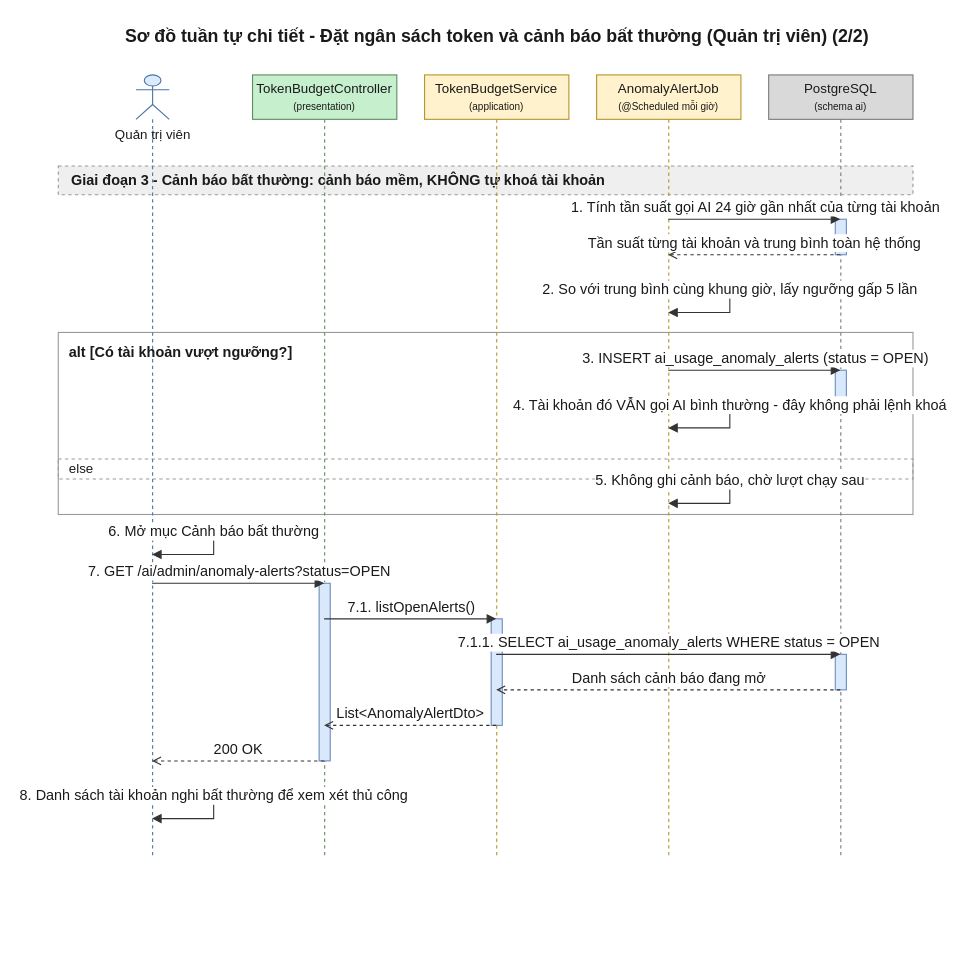
Earlier version of the draw.io diagram 08-diagram/sequence/admin/sequence_admin_dat_ngan_sach_token_p2.drawio (daiphu1801/PRJ_ALGOPREP). Source tidied: cells renumbered, new cells numbered last; positions are measured from the earlier drawing's top-left corner, leaving out a move shared by most shapes. Both pictures are drawn from the tidied source at 111%, with x=0, y=0 at pixel (58, 19).
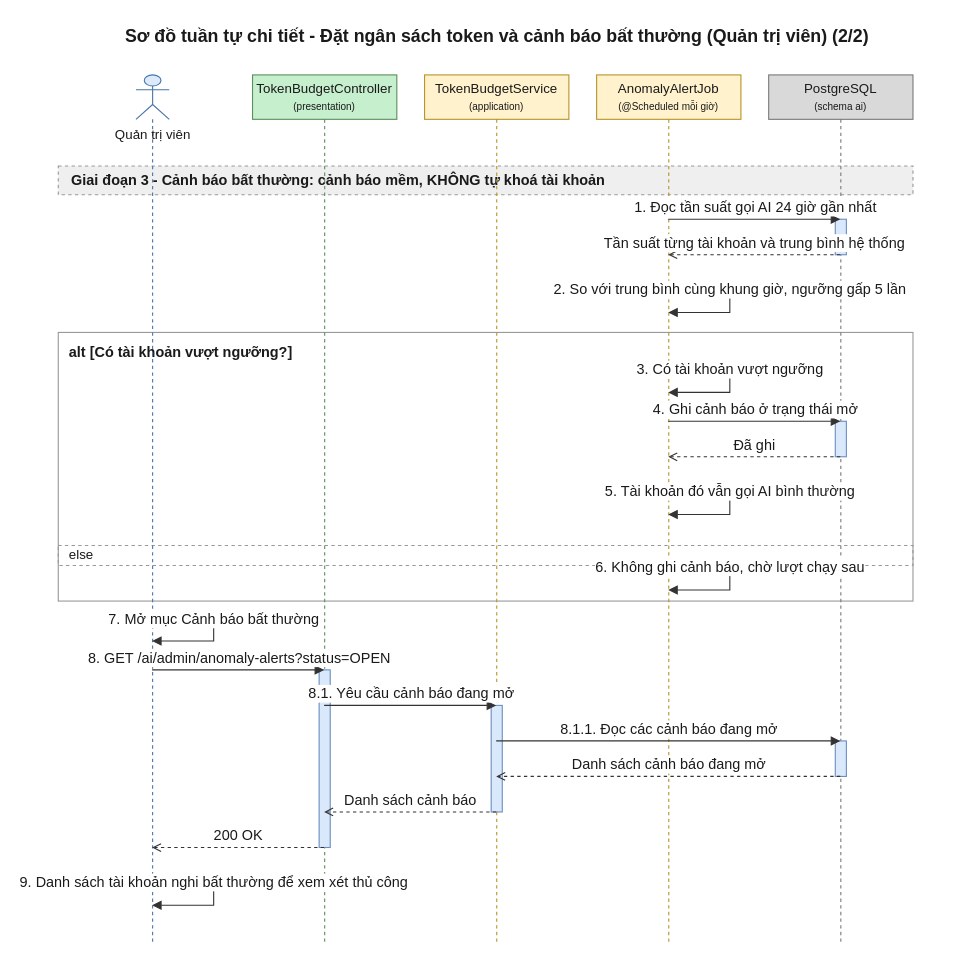
Above is the later version.

Change to the diagram source:
```diff
@@
     <mxCell id="3" value="alt [Có tài khoản vượt ngưỡng?]" style="algoprep=alt;rounded=0;whiteSpace=wrap;html=1;fillColor=none;strokeColor=#999999;verticalAlign=top;align=left;spacingLeft=8;spacingTop=4;fontColor=#1A1A1A;fontSize=13;fontStyle=1;dashed=0;" parent="1" vertex="1">
-      <mxGeometry y="282" width="770" height="164" as="geometry" />
+      <mxGeometry y="282" width="770" height="242" as="geometry" />
     </mxCell>
     <mxCell id="4" value="else" style="text;html=1;dashed=1;strokeColor=#999999;fillColor=none;align=left;verticalAlign=middle;spacingLeft=8;fontColor=#1A1A1A;fontSize=12;" parent="1" vertex="1">
-      <mxGeometry y="396" width="770" height="18" as="geometry" />
+      <mxGeometry y="474" width="770" height="18" as="geometry" />
     </mxCell>
@@
     <mxCell id="6" value="Quản trị viên" style="shape=umlLifeline;participant=umlActor;perimeter=lifelinePerimeter;html=1;outlineConnect=0;size=40;verticalAlign=top;spacingTop=40;fillColor=#DCEBFC;strokeColor=#4A76A8;fontColor=#1A1A1A;" parent="1" vertex="1">
-      <mxGeometry x="70" y="50" width="30" height="706" as="geometry" />
+      <mxGeometry x="70" y="50" width="30" height="784" as="geometry" />
     </mxCell>
     <mxCell id="7" value="TokenBudgetController&lt;br&gt;&lt;font style=&quot;font-size:9px&quot;&gt;(presentation)&lt;/font&gt;" style="shape=umlLifeline;perimeter=lifelinePerimeter;whiteSpace=wrap;html=1;outlineConnect=0;size=40;fillColor=#C6EFCE;strokeColor=#5E8E5E;fontColor=#1A1A1A;" parent="1" vertex="1">
-      <mxGeometry x="175" y="50" width="130" height="706" as="geometry" />
+      <mxGeometry x="175" y="50" width="130" height="784" as="geometry" />
     </mxCell>
     <mxCell id="8" value="TokenBudgetService&lt;br&gt;&lt;font style=&quot;font-size:9px&quot;&gt;(application)&lt;/font&gt;" style="shape=umlLifeline;perimeter=lifelinePerimeter;whiteSpace=wrap;html=1;outlineConnect=0;size=40;fillColor=#FFF2CC;strokeColor=#B8952A;fontColor=#1A1A1A;" parent="1" vertex="1">
-      <mxGeometry x="330" y="50" width="130" height="706" as="geometry" />
+      <mxGeometry x="330" y="50" width="130" height="784" as="geometry" />
     </mxCell>
     <mxCell id="9" value="AnomalyAlertJob&lt;br&gt;&lt;font style=&quot;font-size:9px&quot;&gt;(@Scheduled mỗi giờ)&lt;/font&gt;" style="shape=umlLifeline;perimeter=lifelinePerimeter;whiteSpace=wrap;html=1;outlineConnect=0;size=40;fillColor=#FFF2CC;strokeColor=#B8952A;fontColor=#1A1A1A;" parent="1" vertex="1">
-      <mxGeometry x="485" y="50" width="130" height="706" as="geometry" />
+      <mxGeometry x="485" y="50" width="130" height="784" as="geometry" />
     </mxCell>
     <mxCell id="10" value="PostgreSQL&lt;br&gt;&lt;font style=&quot;font-size:9px&quot;&gt;(schema ai)&lt;/font&gt;" style="shape=umlLifeline;perimeter=lifelinePerimeter;whiteSpace=wrap;html=1;outlineConnect=0;size=40;fillColor=#D9D9D9;strokeColor=#7A7A7A;fontColor=#1A1A1A;" parent="1" vertex="1">
-      <mxGeometry x="640" y="50" width="130" height="706" as="geometry" />
+      <mxGeometry x="640" y="50" width="130" height="784" as="geometry" />
     </mxCell>
@@
     <mxCell id="12" style="html=1;perimeter=orthogonalPerimeter;targetShapes=umlLifeline;fillColor=#DAE8FC;strokeColor=#6C8EBF;" parent="10" vertex="1">
-      <mxGeometry x="60" y="266" width="10" height="32" as="geometry" />
+      <mxGeometry x="60" y="312" width="10" height="32" as="geometry" />
     </mxCell>
     <mxCell id="13" style="html=1;perimeter=orthogonalPerimeter;targetShapes=umlLifeline;fillColor=#DAE8FC;strokeColor=#6C8EBF;" parent="10" vertex="1">
-      <mxGeometry x="60" y="522" width="10" height="32" as="geometry" />
+      <mxGeometry x="60" y="600" width="10" height="32" as="geometry" />
     </mxCell>
     <mxCell id="14" style="html=1;perimeter=orthogonalPerimeter;targetShapes=umlLifeline;fillColor=#DAE8FC;strokeColor=#6C8EBF;" parent="8" vertex="1">
-      <mxGeometry x="60" y="490" width="10" height="96" as="geometry" />
+      <mxGeometry x="60" y="568" width="10" height="96" as="geometry" />
     </mxCell>
     <mxCell id="15" style="html=1;perimeter=orthogonalPerimeter;targetShapes=umlLifeline;fillColor=#DAE8FC;strokeColor=#6C8EBF;" parent="7" vertex="1">
-      <mxGeometry x="60" y="458" width="10" height="160" as="geometry" />
+      <mxGeometry x="60" y="536" width="10" height="160" as="geometry" />
     </mxCell>
-    <mxCell id="16" value="1. Tính tần suất gọi AI 24 giờ gần nhất của từng tài khoản" style="edgeStyle=none;html=1;endArrow=block;endFill=1;strokeColor=#333333;fontColor=#1A1A1A;fontSize=13;verticalAlign=bottom;exitX=0.5;exitY=0.1841;exitDx=0;exitDy=0;entryX=0.5;entryY=0.1841;entryDx=0;entryDy=0;" parent="1" edge="1" source="9" target="10">
+    <mxCell id="16" value="1. Đọc tần suất gọi AI 24 giờ gần nhất" style="edgeStyle=none;html=1;endArrow=block;endFill=1;strokeColor=#333333;fontColor=#1A1A1A;fontSize=13;verticalAlign=bottom;exitX=0.5;exitY=0.1658;exitDx=0;exitDy=0;entryX=0.5;entryY=0.1658;entryDx=0;entryDy=0;" parent="1" edge="1" source="9" target="10">
       <mxGeometry relative="1" as="geometry" />
     </mxCell>
-    <mxCell id="17" value="Tần suất từng tài khoản và trung bình toàn hệ thống" style="edgeStyle=none;html=1;endArrow=open;endFill=0;dashed=1;strokeColor=#333333;fontColor=#1A1A1A;fontSize=13;verticalAlign=bottom;exitX=0.5;exitY=0.2295;exitDx=0;exitDy=0;entryX=0.5;entryY=0.2295;entryDx=0;entryDy=0;" parent="1" edge="1" source="10" target="9">
+    <mxCell id="17" value="Tần suất từng tài khoản và trung bình hệ thống" style="edgeStyle=none;html=1;endArrow=open;endFill=0;dashed=1;strokeColor=#333333;fontColor=#1A1A1A;fontSize=13;verticalAlign=bottom;exitX=0.5;exitY=0.2066;exitDx=0;exitDy=0;entryX=0.5;entryY=0.2066;entryDx=0;entryDy=0;" parent="1" edge="1" source="10" target="9">
       <mxGeometry relative="1" as="geometry" />
     </mxCell>
-    <mxCell id="18" value="2. So với trung bình cùng khung giờ, lấy ngưỡng gấp 5 lần" style="edgeStyle=orthogonalEdgeStyle;rounded=0;html=1;endArrow=block;endFill=1;strokeColor=#333333;fontColor=#1A1A1A;fontSize=13;verticalAlign=bottom;exitX=0.5;exitY=0.2748;exitDx=0;exitDy=0;entryX=0.5;entryY=0.3031;entryDx=0;entryDy=0;" parent="1" edge="1" source="9" target="9">
+    <mxCell id="18" value="2. So với trung bình cùng khung giờ, ngưỡng gấp 5 lần" style="edgeStyle=orthogonalEdgeStyle;rounded=0;html=1;endArrow=block;endFill=1;strokeColor=#333333;fontColor=#1A1A1A;fontSize=13;verticalAlign=bottom;exitX=0.5;exitY=0.2474;exitDx=0;exitDy=0;entryX=0.5;entryY=0.2730;entryDx=0;entryDy=0;" parent="1" edge="1" source="9" target="9">
       <mxGeometry relative="1" as="geometry">
         <Array as="points">
           <mxPoint x="605" y="244" />
           <mxPoint x="605" y="264" />
         </Array>
       </mxGeometry>
     </mxCell>
-    <mxCell id="19" value="3. INSERT ai_usage_anomaly_alerts (status = OPEN)" style="edgeStyle=none;html=1;endArrow=block;endFill=1;strokeColor=#333333;fontColor=#1A1A1A;fontSize=13;verticalAlign=bottom;exitX=0.5;exitY=0.3768;exitDx=0;exitDy=0;entryX=0.5;entryY=0.3768;entryDx=0;entryDy=0;" parent="1" edge="1" source="9" target="10">
-      <mxGeometry relative="1" as="geometry" />
+    <mxCell id="19" value="3. Có tài khoản vượt ngưỡng" style="edgeStyle=orthogonalEdgeStyle;rounded=0;html=1;endArrow=block;endFill=1;strokeColor=#333333;fontColor=#1A1A1A;fontSize=13;verticalAlign=bottom;exitX=0.5;exitY=0.3393;exitDx=0;exitDy=0;entryX=0.5;entryY=0.3648;entryDx=0;entryDy=0;" parent="1" edge="1" source="9" target="9">
+      <mxGeometry relative="1" as="geometry">
+        <Array as="points">
+          <mxPoint x="605" y="316" />
+          <mxPoint x="605" y="336" />
+        </Array>
+      </mxGeometry>
     </mxCell>
-    <mxCell id="20" value="4. Tài khoản đó VẪN gọi AI bình thường - đây không phải lệnh khoá" style="edgeStyle=orthogonalEdgeStyle;rounded=0;html=1;endArrow=block;endFill=1;strokeColor=#333333;fontColor=#1A1A1A;fontSize=13;verticalAlign=bottom;exitX=0.5;exitY=0.4221;exitDx=0;exitDy=0;entryX=0.5;entryY=0.4504;entryDx=0;entryDy=0;" parent="1" edge="1" source="9" target="9">
-      <mxGeometry relative="1" as="geometry">
-        <Array as="points">
-          <mxPoint x="605" y="348" />
-          <mxPoint x="605" y="368" />
-        </Array>
-      </mxGeometry>
+    <mxCell id="20" value="4. Ghi cảnh báo ở trạng thái mở" style="edgeStyle=none;html=1;endArrow=block;endFill=1;strokeColor=#333333;fontColor=#1A1A1A;fontSize=13;verticalAlign=bottom;exitX=0.5;exitY=0.3980;exitDx=0;exitDy=0;entryX=0.5;entryY=0.3980;entryDx=0;entryDy=0;" parent="1" edge="1" source="9" target="10">
+      <mxGeometry relative="1" as="geometry" />
     </mxCell>
-    <mxCell id="21" value="5. Không ghi cảnh báo, chờ lượt chạy sau" style="edgeStyle=orthogonalEdgeStyle;rounded=0;html=1;endArrow=block;endFill=1;strokeColor=#333333;fontColor=#1A1A1A;fontSize=13;verticalAlign=bottom;exitX=0.5;exitY=0.5184;exitDx=0;exitDy=0;entryX=0.5;entryY=0.5467;entryDx=0;entryDy=0;" parent="1" edge="1" source="9" target="9">
-      <mxGeometry relative="1" as="geometry">
-        <Array as="points">
-          <mxPoint x="605" y="416" />
-          <mxPoint x="605" y="436" />
-        </Array>
-      </mxGeometry>
+    <mxCell id="21" value="Đã ghi" style="edgeStyle=none;html=1;endArrow=open;endFill=0;dashed=1;strokeColor=#333333;fontColor=#1A1A1A;fontSize=13;verticalAlign=bottom;exitX=0.5;exitY=0.4388;exitDx=0;exitDy=0;entryX=0.5;entryY=0.4388;entryDx=0;entryDy=0;" parent="1" edge="1" source="10" target="9">
+      <mxGeometry relative="1" as="geometry" />
     </mxCell>
-    <mxCell id="22" value="6. Mở mục Cảnh báo bất thường" style="edgeStyle=orthogonalEdgeStyle;rounded=0;html=1;endArrow=block;endFill=1;strokeColor=#333333;fontColor=#1A1A1A;fontSize=13;verticalAlign=bottom;exitX=0.5;exitY=0.5836;exitDx=0;exitDy=0;entryX=0.5;entryY=0.6119;entryDx=0;entryDy=0;" parent="1" edge="1" source="6" target="6">
+    <mxCell id="22" value="5. Tài khoản đó vẫn gọi AI bình thường" style="edgeStyle=orthogonalEdgeStyle;rounded=0;html=1;endArrow=block;endFill=1;strokeColor=#333333;fontColor=#1A1A1A;fontSize=13;verticalAlign=bottom;exitX=0.5;exitY=0.4796;exitDx=0;exitDy=0;entryX=0.5;entryY=0.5051;entryDx=0;entryDy=0;" parent="1" edge="1" source="9" target="9">
       <mxGeometry relative="1" as="geometry">
         <Array as="points">
-          <mxPoint x="140" y="462" />
-          <mxPoint x="140" y="482" />
+          <mxPoint x="605" y="426" />
+          <mxPoint x="605" y="446" />
         </Array>
       </mxGeometry>
     </mxCell>
-    <mxCell id="23" value="7. GET /ai/admin/anomaly-alerts?status=OPEN" style="edgeStyle=none;html=1;endArrow=block;endFill=1;strokeColor=#333333;fontColor=#1A1A1A;fontSize=13;verticalAlign=bottom;exitX=0.5;exitY=0.6487;exitDx=0;exitDy=0;entryX=0.5;entryY=0.6487;entryDx=0;entryDy=0;" parent="1" edge="1" source="6" target="7">
-      <mxGeometry relative="1" as="geometry" />
+    <mxCell id="23" value="6. Không ghi cảnh báo, chờ lượt chạy sau" style="edgeStyle=orthogonalEdgeStyle;rounded=0;html=1;endArrow=block;endFill=1;strokeColor=#333333;fontColor=#1A1A1A;fontSize=13;verticalAlign=bottom;exitX=0.5;exitY=0.5663;exitDx=0;exitDy=0;entryX=0.5;entryY=0.5918;entryDx=0;entryDy=0;" parent="1" edge="1" source="9" target="9">
+      <mxGeometry relative="1" as="geometry">
+        <Array as="points">
+          <mxPoint x="605" y="494" />
+          <mxPoint x="605" y="514" />
+        </Array>
+      </mxGeometry>
     </mxCell>
-    <mxCell id="24" value="7.1. listOpenAlerts()" style="edgeStyle=none;html=1;endArrow=block;endFill=1;strokeColor=#333333;fontColor=#1A1A1A;fontSize=13;verticalAlign=bottom;exitX=0.5;exitY=0.6941;exitDx=0;exitDy=0;entryX=0.5;entryY=0.6941;entryDx=0;entryDy=0;" parent="1" edge="1" source="7" target="8">
-      <mxGeometry relative="1" as="geometry" />
+    <mxCell id="24" value="7. Mở mục Cảnh báo bất thường" style="edgeStyle=orthogonalEdgeStyle;rounded=0;html=1;endArrow=block;endFill=1;strokeColor=#333333;fontColor=#1A1A1A;fontSize=13;verticalAlign=bottom;exitX=0.5;exitY=0.6250;exitDx=0;exitDy=0;entryX=0.5;entryY=0.6505;entryDx=0;entryDy=0;" parent="1" edge="1" source="6" target="6">
+      <mxGeometry relative="1" as="geometry">
+        <Array as="points">
+          <mxPoint x="140" y="540" />
+          <mxPoint x="140" y="560" />
+        </Array>
+      </mxGeometry>
     </mxCell>
-    <mxCell id="25" value="7.1.1. SELECT ai_usage_anomaly_alerts WHERE status = OPEN" style="edgeStyle=none;html=1;endArrow=block;endFill=1;strokeColor=#333333;fontColor=#1A1A1A;fontSize=13;verticalAlign=bottom;exitX=0.5;exitY=0.7394;exitDx=0;exitDy=0;entryX=0.5;entryY=0.7394;entryDx=0;entryDy=0;" parent="1" edge="1" source="8" target="10">
+    <mxCell id="25" value="8. GET /ai/admin/anomaly-alerts?status=OPEN" style="edgeStyle=none;html=1;endArrow=block;endFill=1;strokeColor=#333333;fontColor=#1A1A1A;fontSize=13;verticalAlign=bottom;exitX=0.5;exitY=0.6837;exitDx=0;exitDy=0;entryX=0.5;entryY=0.6837;entryDx=0;entryDy=0;" parent="1" edge="1" source="6" target="7">
       <mxGeometry relative="1" as="geometry" />
     </mxCell>
-    <mxCell id="26" value="Danh sách cảnh báo đang mở" style="edgeStyle=none;html=1;endArrow=open;endFill=0;dashed=1;strokeColor=#333333;fontColor=#1A1A1A;fontSize=13;verticalAlign=bottom;exitX=0.5;exitY=0.7847;exitDx=0;exitDy=0;entryX=0.5;entryY=0.7847;entryDx=0;entryDy=0;" parent="1" edge="1" source="10" target="8">
+    <mxCell id="26" value="8.1. Yêu cầu cảnh báo đang mở" style="edgeStyle=none;html=1;endArrow=block;endFill=1;strokeColor=#333333;fontColor=#1A1A1A;fontSize=13;verticalAlign=bottom;exitX=0.5;exitY=0.7245;exitDx=0;exitDy=0;entryX=0.5;entryY=0.7245;entryDx=0;entryDy=0;" parent="1" edge="1" source="7" target="8">
       <mxGeometry relative="1" as="geometry" />
     </mxCell>
-    <mxCell id="27" value="List&amp;lt;AnomalyAlertDto&amp;gt;" style="edgeStyle=none;html=1;endArrow=open;endFill=0;dashed=1;strokeColor=#333333;fontColor=#1A1A1A;fontSize=13;verticalAlign=bottom;exitX=0.5;exitY=0.8300;exitDx=0;exitDy=0;entryX=0.5;entryY=0.8300;entryDx=0;entryDy=0;" parent="1" edge="1" source="8" target="7">
+    <mxCell id="27" value="8.1.1. Đọc các cảnh báo đang mở" style="edgeStyle=none;html=1;endArrow=block;endFill=1;strokeColor=#333333;fontColor=#1A1A1A;fontSize=13;verticalAlign=bottom;exitX=0.5;exitY=0.7653;exitDx=0;exitDy=0;entryX=0.5;entryY=0.7653;entryDx=0;entryDy=0;" parent="1" edge="1" source="8" target="10">
       <mxGeometry relative="1" as="geometry" />
     </mxCell>
-    <mxCell id="28" value="200 OK" style="edgeStyle=none;html=1;endArrow=open;endFill=0;dashed=1;strokeColor=#333333;fontColor=#1A1A1A;fontSize=13;verticalAlign=bottom;exitX=0.5;exitY=0.8754;exitDx=0;exitDy=0;entryX=0.5;entryY=0.8754;entryDx=0;entryDy=0;" parent="1" edge="1" source="7" target="6">
+    <mxCell id="28" value="Danh sách cảnh báo đang mở" style="edgeStyle=none;html=1;endArrow=open;endFill=0;dashed=1;strokeColor=#333333;fontColor=#1A1A1A;fontSize=13;verticalAlign=bottom;exitX=0.5;exitY=0.8061;exitDx=0;exitDy=0;entryX=0.5;entryY=0.8061;entryDx=0;entryDy=0;" parent="1" edge="1" source="10" target="8">
       <mxGeometry relative="1" as="geometry" />
     </mxCell>
-    <mxCell id="29" value="8. Danh sách tài khoản nghi bất thường để xem xét thủ công" style="edgeStyle=orthogonalEdgeStyle;rounded=0;html=1;endArrow=block;endFill=1;strokeColor=#333333;fontColor=#1A1A1A;fontSize=13;verticalAlign=bottom;exitX=0.5;exitY=0.9207;exitDx=0;exitDy=0;entryX=0.5;entryY=0.9490;entryDx=0;entryDy=0;" parent="1" edge="1" source="6" target="6">
-      <mxGeometry relative="1" as="geometry">
-        <Array as="points">
-          <mxPoint x="140" y="700" />
-          <mxPoint x="140" y="720" />
-        </Array>
-      </mxGeometry>
+    <mxCell id="29" value="Danh sách cảnh báo" style="edgeStyle=none;html=1;endArrow=open;endFill=0;dashed=1;strokeColor=#333333;fontColor=#1A1A1A;fontSize=13;verticalAlign=bottom;exitX=0.5;exitY=0.8469;exitDx=0;exitDy=0;entryX=0.5;entryY=0.8469;entryDx=0;entryDy=0;" parent="1" edge="1" source="8" target="7">
+      <mxGeometry relative="1" as="geometry" />
     </mxCell>
+    <mxCell id="30" value="200 OK" style="edgeStyle=none;html=1;endArrow=open;endFill=0;dashed=1;strokeColor=#333333;fontColor=#1A1A1A;fontSize=13;verticalAlign=bottom;exitX=0.5;exitY=0.8878;exitDx=0;exitDy=0;entryX=0.5;entryY=0.8878;entryDx=0;entryDy=0;" parent="1" edge="1" source="7" target="6">
+      <mxGeometry relative="1" as="geometry" />
+    </mxCell>
+    <mxCell id="31" value="9. Danh sách tài khoản nghi bất thường để xem xét thủ công" style="edgeStyle=orthogonalEdgeStyle;rounded=0;html=1;endArrow=block;endFill=1;strokeColor=#333333;fontColor=#1A1A1A;fontSize=13;verticalAlign=bottom;exitX=0.5;exitY=0.9286;exitDx=0;exitDy=0;entryX=0.5;entryY=0.9541;entryDx=0;entryDy=0;" parent="1" edge="1" source="6" target="6">
+      <mxGeometry relative="1" as="geometry">
+        <Array as="points">
+          <mxPoint x="140" y="778" />
+          <mxPoint x="140" y="798" />
+        </Array>
+      </mxGeometry>
+    </mxCell>
```
